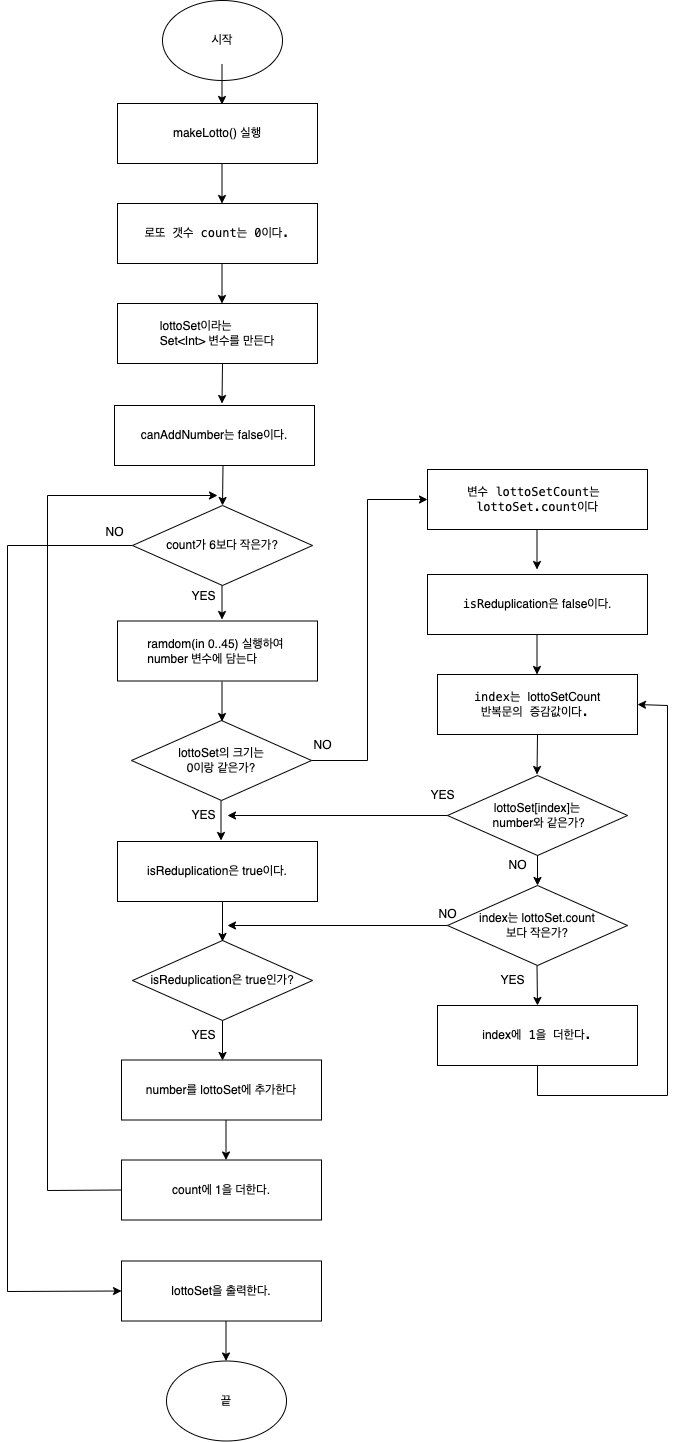
yagom-academy/swift-starter-Round2 keeps this draw.io diagram as CodeStarterCamp_Week2/step1.drawio.png. Above is the earlier version. Source tidied: cells renumbered, new cells last; positions are measured from the earlier drawing's top-left corner, leaving out a move shared by most shapes.
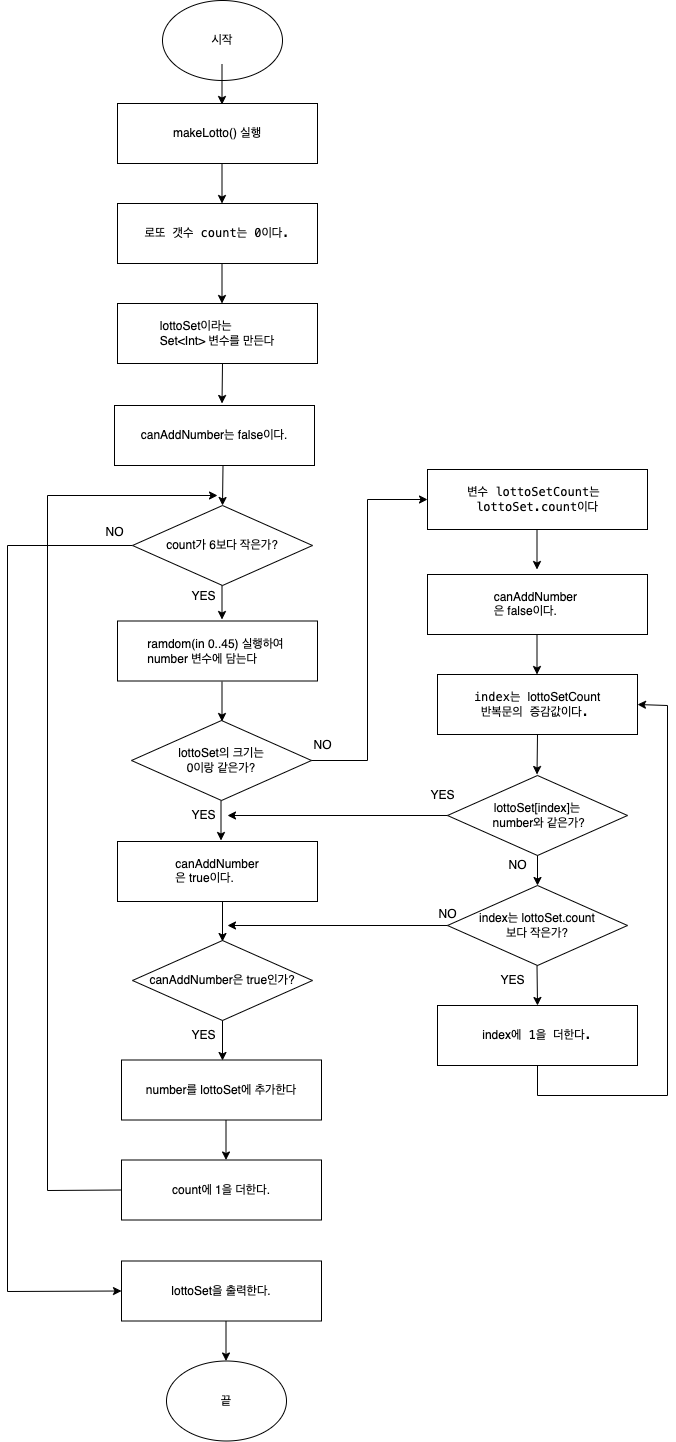
The same diagram one commit later.

Commit message:
step1 순서도수정 03/03 14:34

Change to the diagram source:
```diff
@@ -182,7 +182,7 @@
     <mxCell id="40" value="NO" style="text;html=1;align=center;verticalAlign=middle;strokeColor=none;fillColor=none;fontColor=#000000;" parent="1" vertex="1">
       <mxGeometry x="87" y="517" width="40" height="30" as="geometry" />
     </mxCell>
-    <mxCell id="41" value="&lt;p style=&quot;border-color: var(--border-color); font-variant-numeric: normal; font-variant-east-asian: normal; font-stretch: normal; line-height: normal; font-family: Menlo; margin: 0px; background-color: rgb(255, 255, 255); text-align: start;&quot; class=&quot;p1&quot;&gt;isR&lt;span style=&quot;background-color: initial; font-family: Helvetica;&quot;&gt;eduplication은 false이다.&lt;/span&gt;&lt;/p&gt;" style="rounded=0;whiteSpace=wrap;html=1;" parent="1" vertex="1">
+    <mxCell id="41" value="canAddNumber&amp;nbsp;&lt;p style=&quot;border-color: var(--border-color); font-variant-numeric: normal; font-variant-east-asian: normal; font-stretch: normal; line-height: normal; font-family: Menlo; margin: 0px; background-color: rgb(255, 255, 255); text-align: start;&quot; class=&quot;p1&quot;&gt;&lt;span style=&quot;background-color: initial; font-family: Helvetica;&quot;&gt;은 false이다.&lt;/span&gt;&lt;/p&gt;" style="rounded=0;whiteSpace=wrap;html=1;" parent="1" vertex="1">
       <mxGeometry x="420" y="574" width="220" height="60" as="geometry" />
     </mxCell>
     <mxCell id="42" style="endArrow=classic;html=1;rounded=0;exitX=0.5;exitY=1;exitDx=0;exitDy=0;" parent="1" edge="1">
@@ -214,10 +214,10 @@
         <mxPoint x="215" y="505" as="targetPoint" />
       </mxGeometry>
     </mxCell>
-    <mxCell id="49" value="&lt;p style=&quot;margin: 0px; font-variant-numeric: normal; font-variant-east-asian: normal; font-stretch: normal; line-height: normal; background-color: rgb(255, 255, 255); text-align: start;&quot; class=&quot;p1&quot;&gt;isR&lt;span style=&quot;border-color: var(--border-color); background-color: initial;&quot;&gt;eduplication은 true이다.&lt;/span&gt;&lt;br&gt;&lt;/p&gt;" style="rounded=0;whiteSpace=wrap;html=1;" parent="1" vertex="1">
+    <mxCell id="49" value="canAddNumber&lt;p style=&quot;margin: 0px; font-variant-numeric: normal; font-variant-east-asian: normal; font-stretch: normal; line-height: normal; background-color: rgb(255, 255, 255); text-align: start;&quot; class=&quot;p1&quot;&gt;&lt;span style=&quot;border-color: var(--border-color); background-color: initial;&quot;&gt;은 true이다.&lt;/span&gt;&lt;br&gt;&lt;/p&gt;" style="rounded=0;whiteSpace=wrap;html=1;" parent="1" vertex="1">
       <mxGeometry x="110" y="841" width="200" height="60" as="geometry" />
     </mxCell>
-    <mxCell id="50" value="isR&lt;span style=&quot;border-color: var(--border-color); text-align: start; background-color: initial;&quot;&gt;eduplication은 true인가?&lt;/span&gt;" style="rhombus;whiteSpace=wrap;html=1;fontColor=#000000;" parent="1" vertex="1">
+    <mxCell id="50" value="&lt;span style=&quot;border-color: var(--border-color); text-align: start; background-color: initial;&quot;&gt;canAddNumber은 true인가?&lt;/span&gt;" style="rhombus;whiteSpace=wrap;html=1;fontColor=#000000;" parent="1" vertex="1">
       <mxGeometry x="125" y="940" width="180" height="80" as="geometry" />
     </mxCell>
     <mxCell id="51" style="endArrow=classic;html=1;rounded=0;exitX=0.5;exitY=1;exitDx=0;exitDy=0;" parent="1" edge="1">
```
